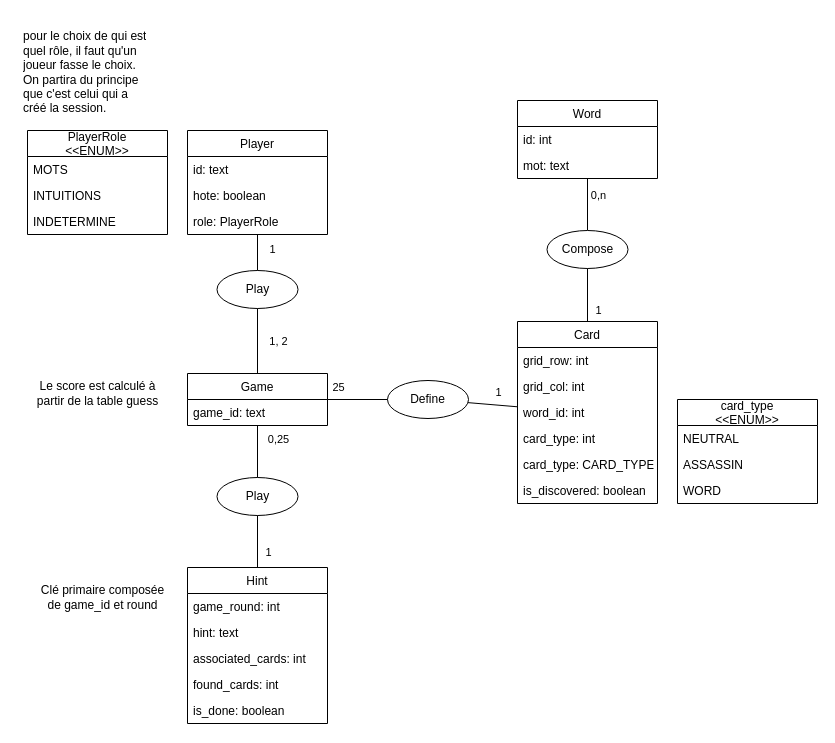
This is page "entité-relations" (1 of 2) of conception.drawio from ArnoBidet/PolyNames, a draw.io file, before an edit. Source tidied: cells renumbered, new cells numbered last; positions are measured from the earlier drawing's top-left corner, leaving out a move shared by most shapes. Both pictures are drawn from the tidied source at 100%, with x=0, y=0 at pixel (17, 17).
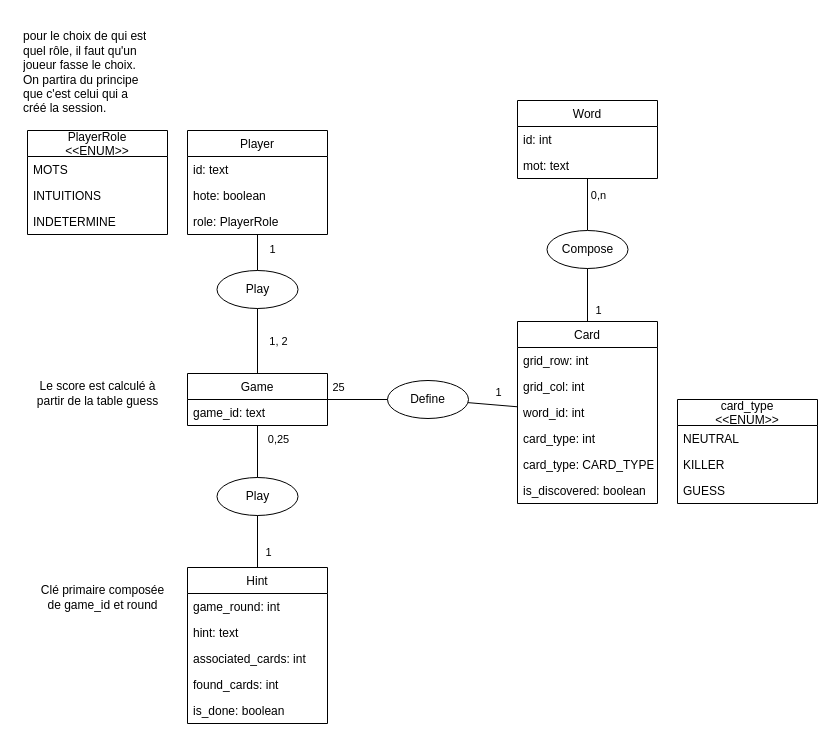
The same page after the edit.

Commit message (it also covers changes not shown here):
refactor: Update card type constants to use "KILLER" and "GUESS" instead of "ASSASSIN" and "WORD"

Unchanged cells that the change refers to:
```xml
<mxCell id="52" value="card_type&#10;&lt;&lt;ENUM&gt;&gt;" style="swimlane;fontStyle=0;horizontal=1;startSize=26;fillColor=none;" parent="1" vertex="1">
  <mxGeometry x="660" y="382" width="140" height="104" as="geometry" />
</mxCell>
```

Diff of the diagram source:
```diff
@@
-    <mxCell id="54" value="ASSASSIN" style="text;strokeColor=none;fillColor=none;align=left;verticalAlign=top;spacingLeft=4;spacingRight=4;overflow=hidden;" parent="52" vertex="1">
+    <mxCell id="54" value="KILLER" style="text;strokeColor=none;fillColor=none;align=left;verticalAlign=top;spacingLeft=4;spacingRight=4;overflow=hidden;" parent="52" vertex="1">
       <mxGeometry y="52" width="140" height="26" as="geometry" />
     </mxCell>
-    <mxCell id="55" value="WORD" style="text;strokeColor=none;fillColor=none;align=left;verticalAlign=top;spacingLeft=4;spacingRight=4;overflow=hidden;" parent="52" vertex="1">
+    <mxCell id="55" value="GUESS" style="text;strokeColor=none;fillColor=none;align=left;verticalAlign=top;spacingLeft=4;spacingRight=4;overflow=hidden;" parent="52" vertex="1">
       <mxGeometry y="78" width="140" height="26" as="geometry" />
     </mxCell>
```
